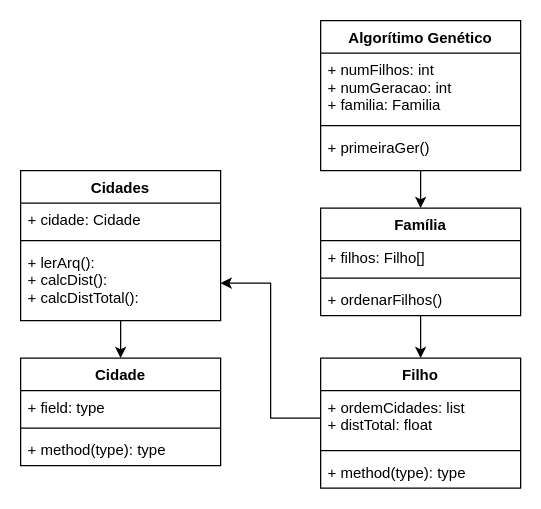
This is DiagramaDeClasses.drawio from IgorNascAlves/GA-TSP, a draw.io file, before an edit. Source tidied: cells renumbered, new cells numbered last; positions are measured from the earlier drawing's top-left corner, leaving out a move shared by most shapes. Both pictures are drawn from the tidied source at 125%, with x=0, y=0 at pixel (20, 20).
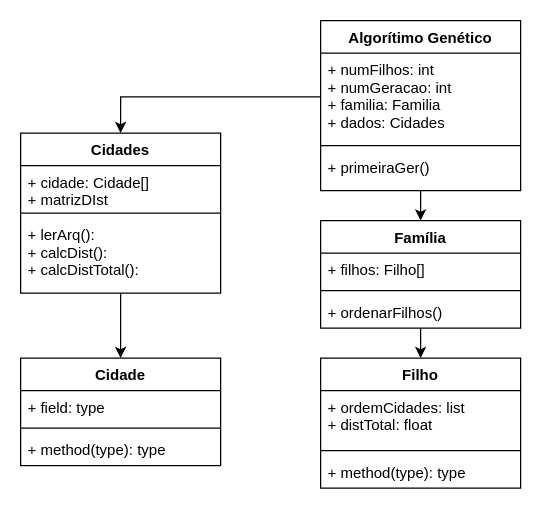
The same diagram, later.

The change refers to these unchanged cells:
```xml
<mxCell id="22" value="+ ordemCidades: list&#10;+ distTotal: float" style="text;strokeColor=none;fillColor=none;align=left;verticalAlign=top;spacingLeft=4;spacingRight=4;overflow=hidden;points=[[0,0.5],[1,0.5]];portConstraint=eastwest;" parent="21" vertex="1">
  <mxGeometry y="26" width="160" height="44" as="geometry" />
</mxCell>
```

What changed in the source:
```diff
@@
     <mxCell id="7" value="Algorítimo Genético" style="swimlane;fontStyle=1;align=center;verticalAlign=top;horizontal=1;startSize=26;" parent="1" vertex="1">
-      <mxGeometry x="240" width="160" height="120" as="geometry" />
+      <mxGeometry x="240" width="160" height="136" as="geometry" />
     </mxCell>
-    <mxCell id="8" value="+ numFilhos: int&#10;+ numGeracao: int&#10;+ familia: Familia" style="text;strokeColor=none;fillColor=none;align=left;verticalAlign=top;spacingLeft=4;spacingRight=4;overflow=hidden;points=[[0,0.5],[1,0.5]];portConstraint=eastwest;" parent="7" vertex="1">
-      <mxGeometry y="26" width="160" height="54" as="geometry" />
+    <mxCell id="8" value="+ numFilhos: int&#10;+ numGeracao: int&#10;+ familia: Familia&#10;+ dados: Cidades" style="text;strokeColor=none;fillColor=none;align=left;verticalAlign=top;spacingLeft=4;spacingRight=4;overflow=hidden;points=[[0,0.5],[1,0.5]];portConstraint=eastwest;" parent="7" vertex="1">
+      <mxGeometry y="26" width="160" height="70" as="geometry" />
     </mxCell>
     <mxCell id="9" style="line;strokeWidth=1;fillColor=none;align=left;verticalAlign=middle;spacingTop=-1;spacingLeft=3;spacingRight=3;labelPosition=right;" parent="7" vertex="1">
-      <mxGeometry y="80" width="160" height="8" as="geometry" />
+      <mxGeometry y="96" width="160" height="8" as="geometry" />
     </mxCell>
     <mxCell id="10" value="+ primeiraGer()" style="text;strokeColor=none;fillColor=none;align=left;verticalAlign=top;spacingLeft=4;spacingRight=4;overflow=hidden;" parent="7" vertex="1">
-      <mxGeometry y="88" width="160" height="32" as="geometry" />
+      <mxGeometry y="104" width="160" height="32" as="geometry" />
     </mxCell>
@@
     <mxCell id="12" value="Cidades" style="swimlane;fontStyle=1;align=center;verticalAlign=top;horizontal=1;startSize=26;" parent="1" vertex="1">
-      <mxGeometry y="120" width="160" height="120" as="geometry" />
+      <mxGeometry y="90" width="160" height="128" as="geometry" />
     </mxCell>
-    <mxCell id="13" value="+ cidade: Cidade" style="text;strokeColor=none;fillColor=none;align=left;verticalAlign=top;spacingLeft=4;spacingRight=4;overflow=hidden;" parent="12" vertex="1">
-      <mxGeometry y="26" width="160" height="26" as="geometry" />
+    <mxCell id="13" value="+ cidade: Cidade[]&#10;+ matrizDIst" style="text;strokeColor=none;fillColor=none;align=left;verticalAlign=top;spacingLeft=4;spacingRight=4;overflow=hidden;" parent="12" vertex="1">
+      <mxGeometry y="26" width="160" height="34" as="geometry" />
     </mxCell>
     <mxCell id="14" style="line;strokeWidth=1;fillColor=none;align=left;verticalAlign=middle;spacingTop=-1;spacingLeft=3;spacingRight=3;labelPosition=right;" parent="12" vertex="1">
-      <mxGeometry y="52" width="160" height="8" as="geometry" />
+      <mxGeometry y="60" width="160" height="8" as="geometry" />
     </mxCell>
     <mxCell id="15" value="+ lerArq():&#10;+ calcDist():&#10;+ calcDistTotal():" style="text;strokeColor=none;fillColor=none;align=left;verticalAlign=top;spacingLeft=4;spacingRight=4;overflow=hidden;points=[[0,0.5],[1,0.5]];portConstraint=eastwest;" parent="12" vertex="1">
-      <mxGeometry y="60" width="160" height="60" as="geometry" />
+      <mxGeometry y="68" width="160" height="60" as="geometry" />
     </mxCell>
@@
     <mxCell id="17" value="Família" style="swimlane;fontStyle=1;align=center;verticalAlign=top;horizontal=1;startSize=26;" parent="1" vertex="1">
-      <mxGeometry x="240" y="150" width="160" height="86" as="geometry" />
+      <mxGeometry x="240" y="160" width="160" height="86" as="geometry" />
     </mxCell>
@@
-    <mxCell id="25" style="edgeStyle=orthogonalEdgeStyle;rounded=0;jettySize=auto;html=1;entryX=1;entryY=0.5;entryDx=0;entryDy=0;" parent="1" edge="1" source="22" target="15">
-      <mxGeometry relative="1" as="geometry" />
-    </mxCell>
+    <mxCell id="26" style="edgeStyle=orthogonalEdgeStyle;rounded=0;jettySize=auto;html=1;entryX=0.5;entryY=0;entryDx=0;entryDy=0;" parent="1" edge="1" source="8" target="12">
+      <mxGeometry relative="1" as="geometry" />
+    </mxCell>
```
